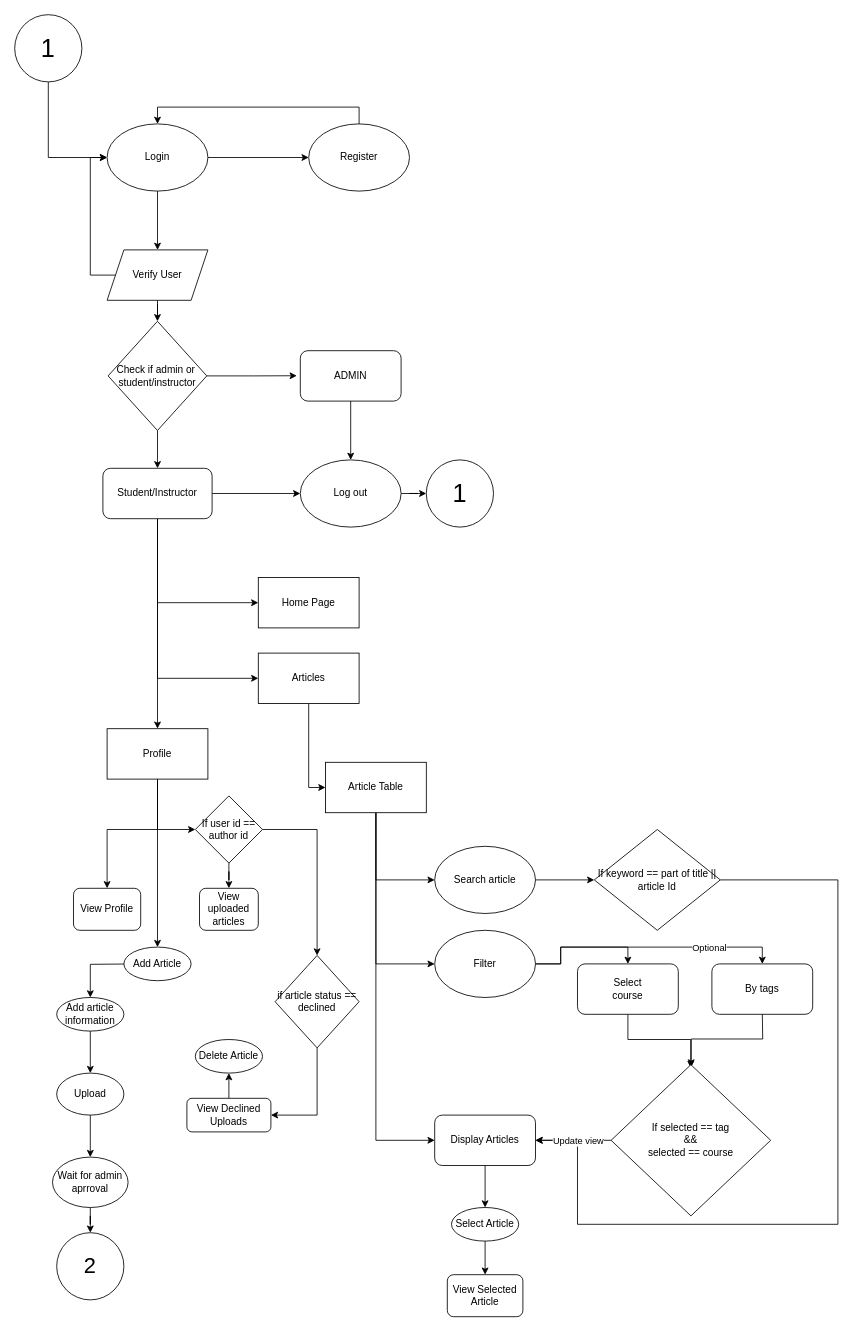
Javl1n/Library_Archiving_System keeps this draw.io diagram as library_archiving.drawio. Above is the earlier version. Source tidied: cells renumbered, new cells numbered last; positions are measured from the earlier drawing's top-left corner, leaving out a move shared by most shapes. Both pictures are drawn from the tidied source at 84%, with x=0, y=0 at pixel (14, 14).
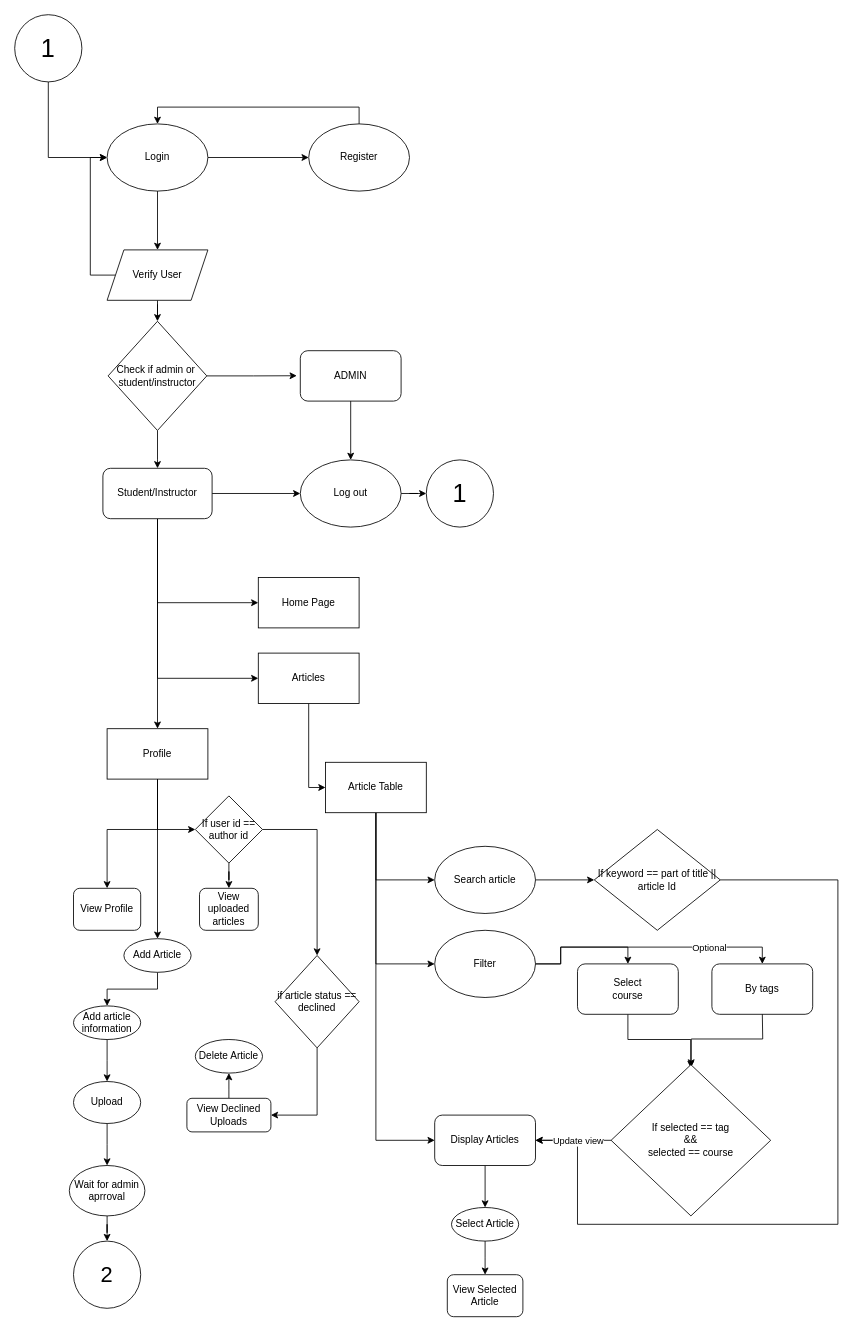
The same page after the edit.

The edit, as a diff of the source:
```diff
@@
-    <mxCell id="62" style="edgeStyle=orthogonalEdgeStyle;rounded=0;jettySize=auto;html=1;" parent="1" edge="1" target="66">
-      <mxGeometry relative="1" as="geometry">
-        <mxPoint x="150" y="1130" as="sourcePoint" />
-      </mxGeometry>
+    <mxCell id="62" style="edgeStyle=orthogonalEdgeStyle;rounded=0;jettySize=auto;html=1;" parent="1" edge="1" source="63" target="66">
+      <mxGeometry relative="1" as="geometry" />
     </mxCell>
     <mxCell id="63" value="Add Article" style="ellipse;whiteSpace=wrap;html=1;rounded=0;" parent="1" vertex="1">
-      <mxGeometry x="130" y="1110" width="80" height="40" as="geometry" />
+      <mxGeometry x="130" y="1100" width="80" height="40" as="geometry" />
     </mxCell>
@@
     <mxCell id="65" style="edgeStyle=orthogonalEdgeStyle;rounded=0;jettySize=auto;html=1;" parent="1" edge="1" source="66">
       <mxGeometry relative="1" as="geometry">
-        <mxPoint x="90" y="1260" as="targetPoint" />
+        <mxPoint x="110" y="1270" as="targetPoint" />
       </mxGeometry>
     </mxCell>
     <mxCell id="66" value="Add article information" style="ellipse;whiteSpace=wrap;html=1;rounded=0;" parent="1" vertex="1">
-      <mxGeometry x="50" y="1170" width="80" height="40" as="geometry" />
+      <mxGeometry x="70" y="1180" width="80" height="40" as="geometry" />
     </mxCell>
     <mxCell id="67" style="edgeStyle=orthogonalEdgeStyle;rounded=0;jettySize=auto;html=1;" parent="1" edge="1" source="68">
       <mxGeometry relative="1" as="geometry">
-        <mxPoint x="90" y="1360" as="targetPoint" />
+        <mxPoint x="110" y="1370" as="targetPoint" />
       </mxGeometry>
     </mxCell>
     <mxCell id="68" value="Upload" style="ellipse;whiteSpace=wrap;html=1;" parent="1" vertex="1">
-      <mxGeometry x="50" y="1260" width="80" height="50" as="geometry" />
+      <mxGeometry x="70" y="1270" width="80" height="50" as="geometry" />
     </mxCell>
@@
     <mxCell id="70" value="Wait for admin aprroval" style="ellipse;whiteSpace=wrap;html=1;" parent="1" vertex="1">
-      <mxGeometry x="45" y="1360" width="90" height="60" as="geometry" />
+      <mxGeometry x="65" y="1370" width="90" height="60" as="geometry" />
     </mxCell>
     <mxCell id="71" value="&lt;font style=&quot;font-size: 26px;&quot;&gt;2&lt;/font&gt;" style="ellipse;whiteSpace=wrap;html=1;" parent="1" vertex="1">
-      <mxGeometry x="50" y="1450" width="80" height="80" as="geometry" />
+      <mxGeometry x="70" y="1460" width="80" height="80" as="geometry" />
     </mxCell>
```
